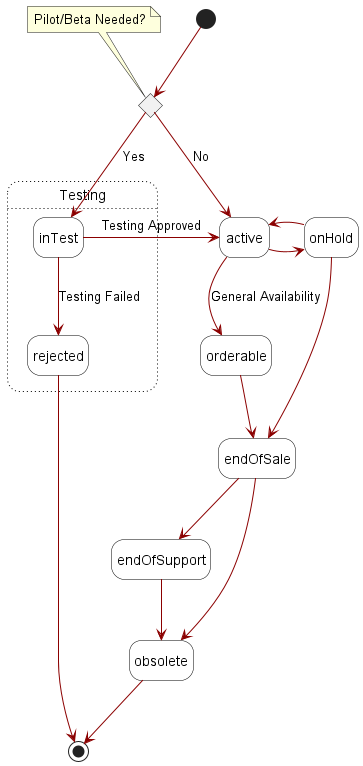
Before: documentation/productApi/catalog/media/offering_stateMachine.png, a diagram exported from PlantUML (MEF-GIT/MEF-LSO-Sonata-SDK).
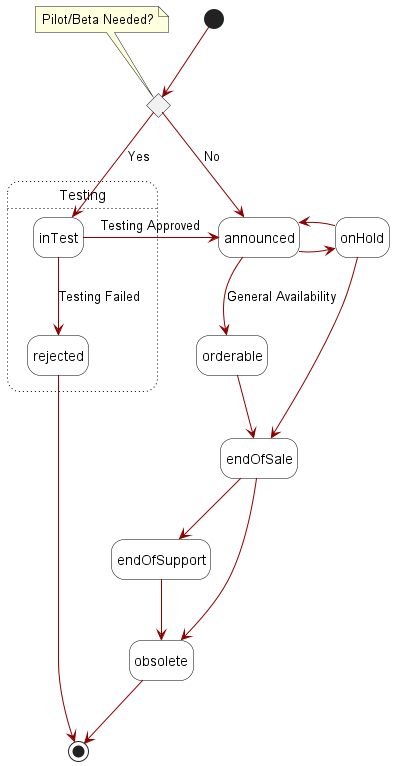
After the change.

Diff of the diagram source:
```diff
@@ -11,16 +11,16 @@
  note top of c :  Pilot/Beta Needed?
 
 [*] -d-> c
-c -d-> active: No
+c -d-> announced: No
 state Testing #line.dotted{
 c -r-> inTest: Yes
 inTest -d-> rejected: Testing Failed
 }
-inTest -r-> active: Testing Approved
+inTest -r-> announced: Testing Approved
 rejected -d-> [*]
-active -d-> orderable: General Availability
-active -r-> onHold
-onHold -l-> active
+announced -d-> orderable: General Availability
+announced -r-> onHold
+onHold -l-> announced
 onHold -d-> endOfSale
 orderable -d-> endOfSale
 endOfSale -d-> endOfSupport
```
